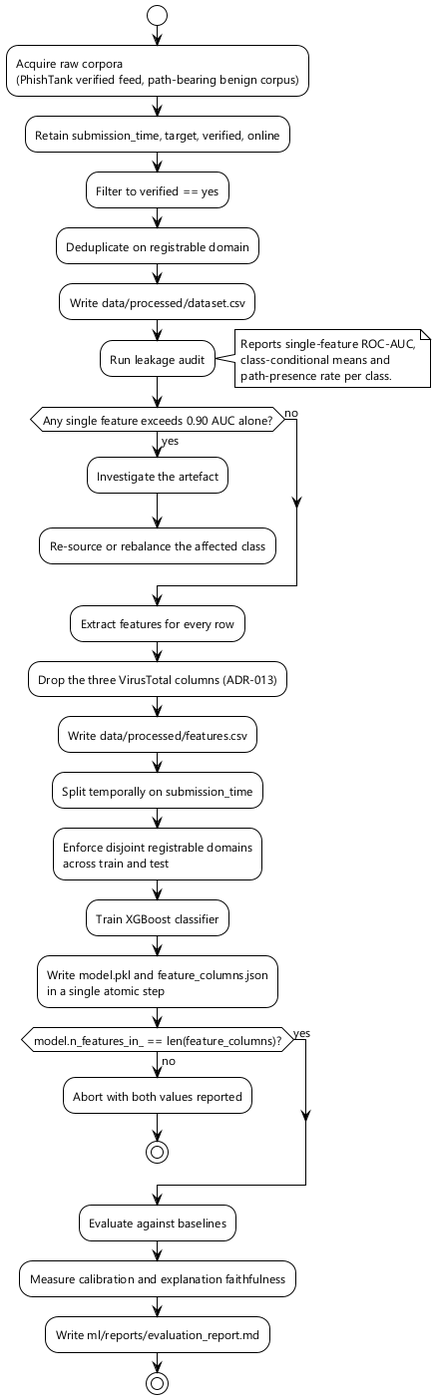
The PlantUML diagram docs/thesis/diagrams/out/fig-2-7-activity-training.png in Trust-Dr-BABA/Final-Year-Project, before a commit.
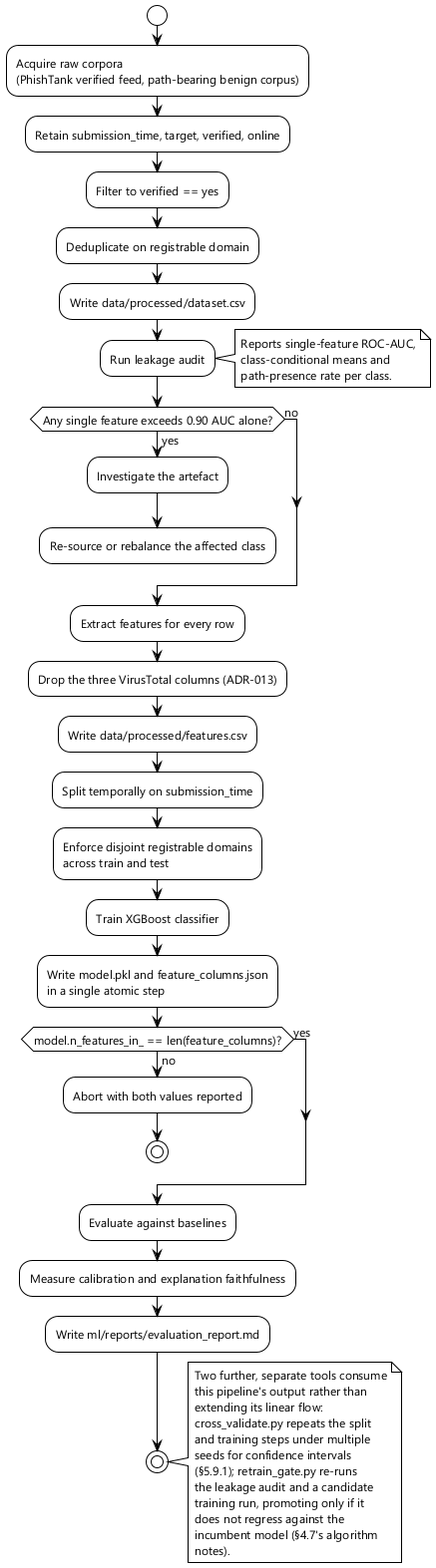
After the commit.

Change to the diagram source:
```diff
@@ -48,4 +48,19 @@
 :Measure calibration and explanation faithfulness;
 :Write ml/reports/evaluation_report.md;
 stop
+
+note right
+  Two further, separate tools consume
+  this pipeline's output rather than
+  extending its linear flow:
+  cross_validate.py repeats the split
+  and training steps under multiple
+  seeds for confidence intervals
+  (§5.9.1); retrain_gate.py re-runs
+  the leakage audit and a candidate
+  training run, promoting only if it
+  does not regress against the
+  incumbent model (§4.7's algorithm
+  notes).
+end note
 @enduml
```
